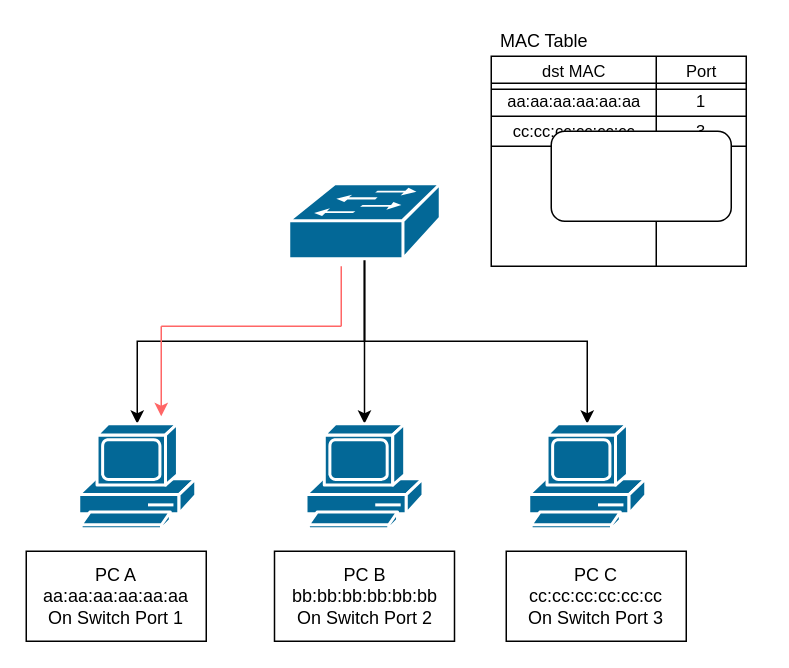
Earlier version of the draw.io diagram NASA-graph/Security/L2 switch4.drawio (Vincent550102/NASA-graph). Source tidied: cells renumbered, new cells numbered last; positions are measured from the earlier drawing's top-left corner, leaving out a move shared by most shapes. Both pictures are drawn from the tidied source at 150%, with x=0, y=0 at pixel (26, 26).
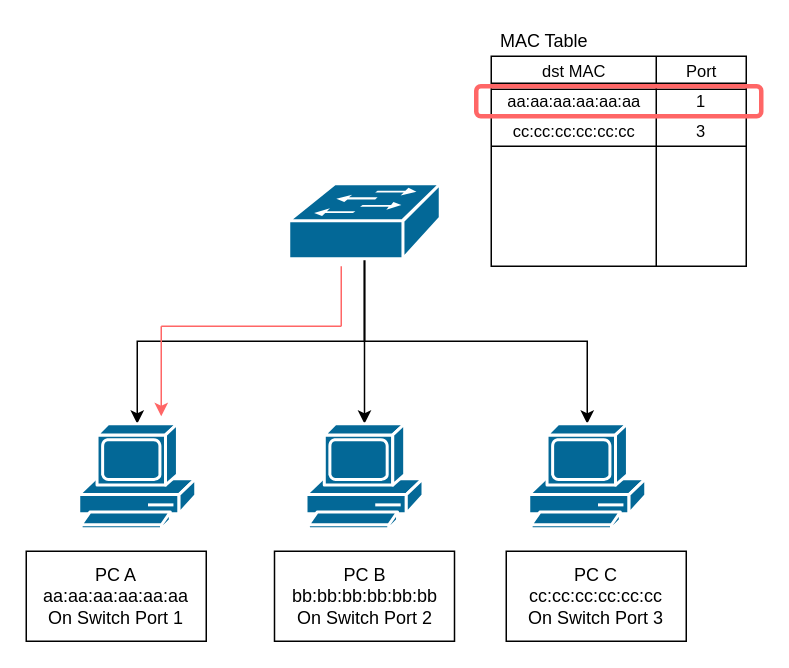
After the change.

Diff of the diagram source:
```diff
@@
-    <mxCell id="27" style="rounded=1;whiteSpace=wrap;html=1;labelBackgroundColor=none;fontColor=none;noLabel=1;labelBorderColor=none;" parent="1" vertex="1">
-      <mxGeometry x="350" y="70" width="120" height="60" as="geometry" />
+    <mxCell id="27" style="rounded=1;whiteSpace=wrap;html=1;labelBackgroundColor=none;fontColor=none;noLabel=1;labelBorderColor=none;fillColor=none;strokeColor=#FF6666;strokeWidth=3;" parent="1" vertex="1">
+      <mxGeometry x="300" y="40" width="190" height="20" as="geometry" />
     </mxCell>
```
